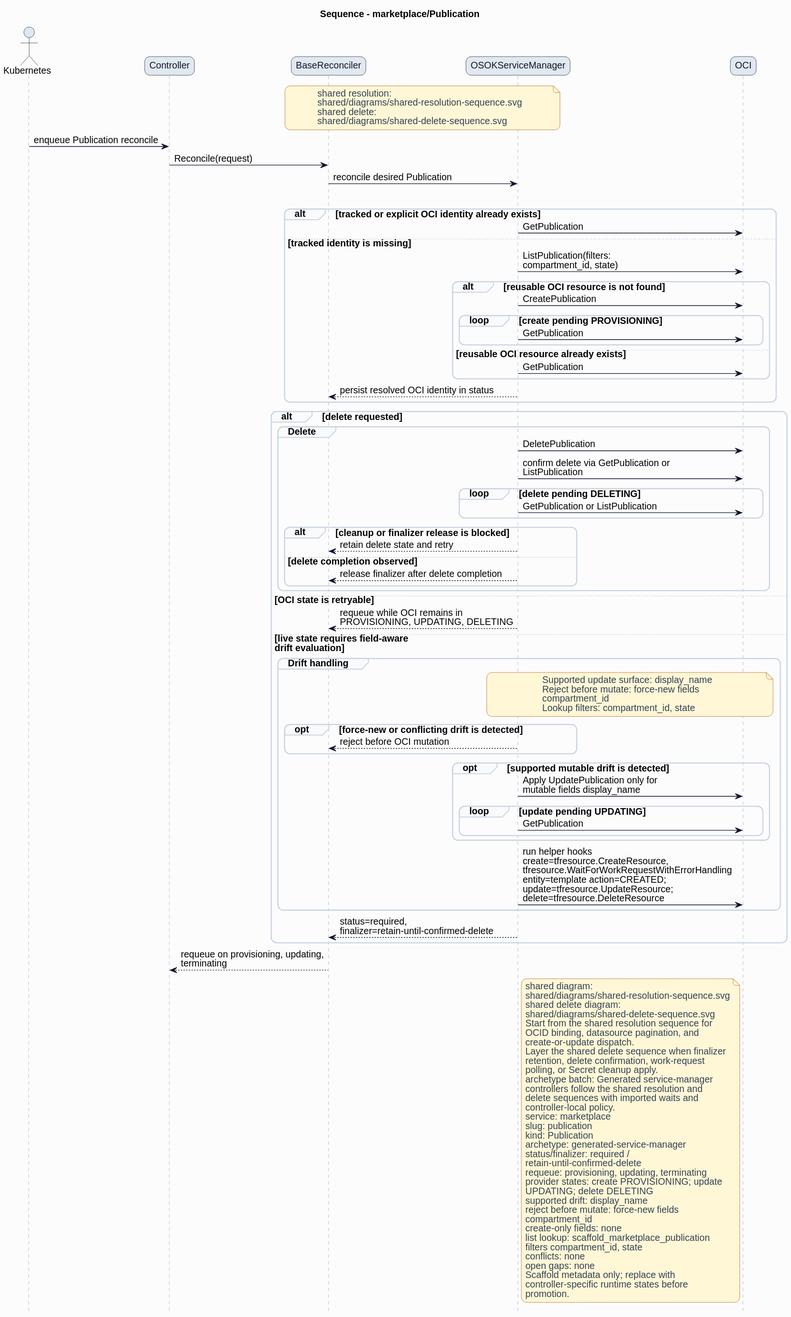
Above: formal/controllers/marketplace/publication/diagrams/sequence.svg in HaoyL666/oci-service-operator (PlantUML), before the change. Source of this version:
```plantuml
@startuml
skinparam shadowing false
skinparam backgroundColor #fcfcfd
skinparam defaultFontName Helvetica
skinparam defaultFontSize 14
skinparam arrowColor #0f172a
skinparam noteBackgroundColor #fff7d6
skinparam noteBorderColor #b45309
skinparam noteFontColor #334155
skinparam roundcorner 16
title Sequence - marketplace/Publication
hide footbox
skinparam sequence {
  actorBorderColor #0f172a
  actorBackgroundColor #e2e8f0
  participantBorderColor #0f172a
  participantBackgroundColor #e2e8f0
  participantFontColor #0f172a
  lifeLineBorderColor #94a3b8
  groupBorderColor #cbd5e1
  groupBackgroundColor #f8fafc
}
actor Kubernetes
participant Controller
participant BaseReconciler
participant "OSOKServiceManager" as ServiceManager
participant OCI
note over BaseReconciler,ServiceManager
shared resolution:
shared/diagrams/shared-resolution-sequence.svg
shared delete:
shared/diagrams/shared-delete-sequence.svg
end note
Kubernetes -> Controller: enqueue Publication reconcile
Controller -> BaseReconciler: Reconcile(request)
BaseReconciler -> ServiceManager: reconcile desired Publication
group Lookup and bind
alt tracked or explicit OCI identity already exists
ServiceManager -> OCI: GetPublication
else tracked identity is missing
ServiceManager -> OCI: ListPublication(filters:\ncompartment_id, state)
alt reusable OCI resource is not found
ServiceManager -> OCI: CreatePublication
loop create pending PROVISIONING
ServiceManager -> OCI: GetPublication
end
else reusable OCI resource already exists
ServiceManager -> OCI: GetPublication
end
ServiceManager --> BaseReconciler: persist resolved OCI identity in status
end
alt delete requested
group Delete
ServiceManager -> OCI: DeletePublication
ServiceManager -> OCI: confirm delete via GetPublication or\nListPublication
loop delete pending DELETING
ServiceManager -> OCI: GetPublication or ListPublication
end
alt cleanup or finalizer release is blocked
ServiceManager --> BaseReconciler: retain delete state and retry
else delete completion observed
ServiceManager --> BaseReconciler: release finalizer after delete completion
end
end
else OCI state is retryable
ServiceManager --> BaseReconciler: requeue while OCI remains in\nPROVISIONING, UPDATING, DELETING
else live state requires field-aware\ndrift evaluation
group Drift handling
note over ServiceManager,OCI
Supported update surface: display_name
Reject before mutate: force-new fields
compartment_id
Lookup filters: compartment_id, state
end note
opt force-new or conflicting drift is detected
ServiceManager --> BaseReconciler: reject before OCI mutation
end
opt supported mutable drift is detected
ServiceManager -> OCI: Apply UpdatePublication only for\nmutable fields display_name
loop update pending UPDATING
ServiceManager -> OCI: GetPublication
end
end
ServiceManager -> OCI: run helper hooks\ncreate=tfresource.CreateResource,\ntfresource.WaitForWorkRequestWithErrorHandling\nentity=template action=CREATED;\nupdate=tfresource.UpdateResource;\ndelete=tfresource.DeleteResource
end
ServiceManager --> BaseReconciler: status=required,\nfinalizer=retain-until-confirmed-delete
end
BaseReconciler --> Controller: requeue on provisioning, updating,\nterminating
note right of ServiceManager
shared diagram:
shared/diagrams/shared-resolution-sequence.svg
shared delete diagram:
shared/diagrams/shared-delete-sequence.svg
Start from the shared resolution sequence for
OCID binding, datasource pagination, and
create-or-update dispatch.
Layer the shared delete sequence when finalizer
retention, delete confirmation, work-request
polling, or Secret cleanup apply.
archetype batch: Generated service-manager
controllers follow the shared resolution and
delete sequences with imported waits and
controller-local policy.
service: marketplace
slug: publication
kind: Publication
archetype: generated-service-manager
status/finalizer: required /
retain-until-confirmed-delete
requeue: provisioning, updating, terminating
provider states: create PROVISIONING; update
UPDATING; delete DELETING
supported drift: display_name
reject before mutate: force-new fields
compartment_id
create-only fields: none
list lookup: scaffold_marketplace_publication
filters compartment_id, state
conflicts: none
open gaps: none
Scaffold metadata only; replace with
controller-specific runtime states before
promotion.
end note
@enduml
```
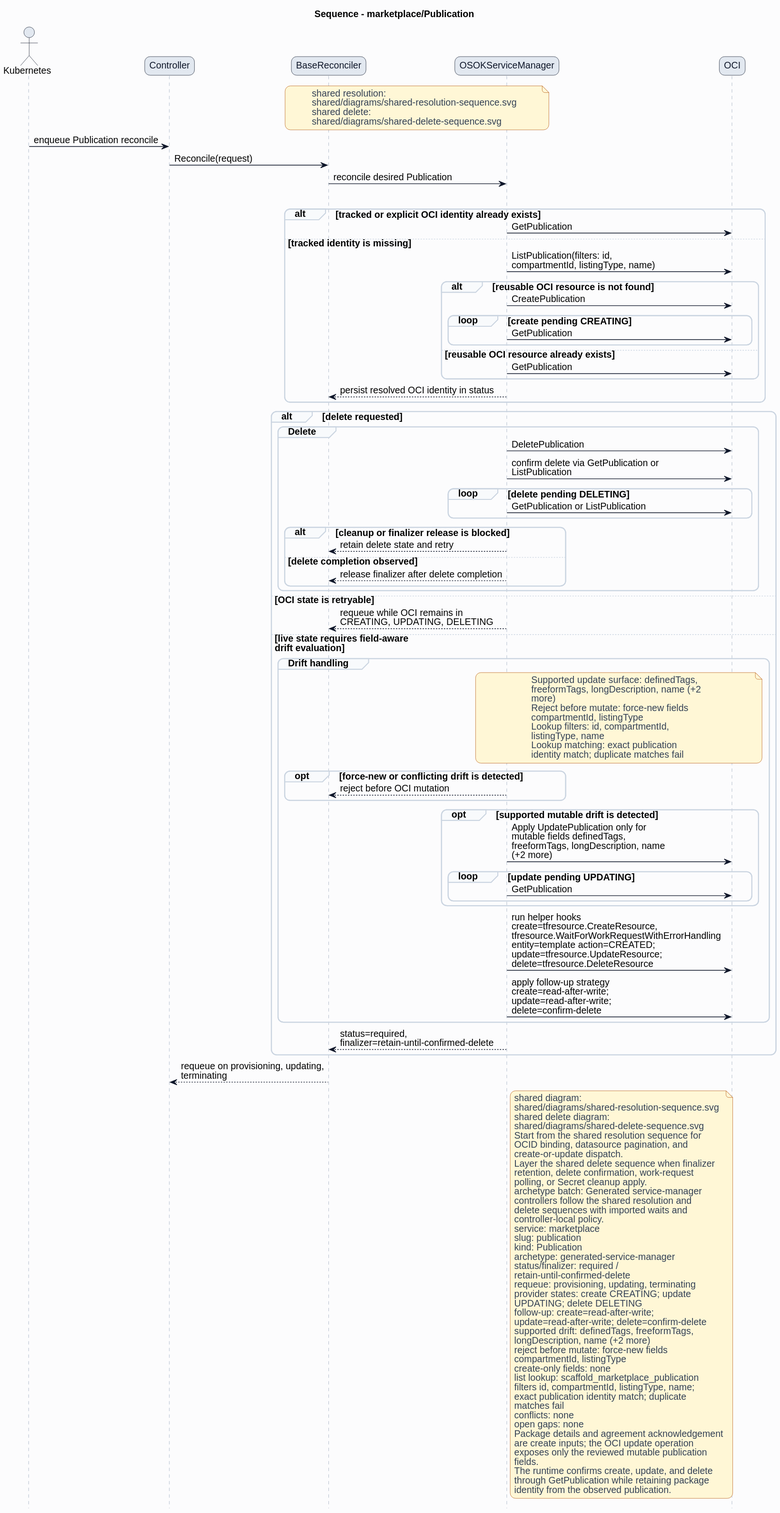
The same file after the commit.

The edit, as a diff of the source:
```diff
@@ -38,10 +38,10 @@
 alt tracked or explicit OCI identity already exists
 ServiceManager -> OCI: GetPublication
 else tracked identity is missing
-ServiceManager -> OCI: ListPublication(filters:\ncompartment_id, state)
+ServiceManager -> OCI: ListPublication(filters: id,\ncompartmentId, listingType, name)
 alt reusable OCI resource is not found
 ServiceManager -> OCI: CreatePublication
-loop create pending PROVISIONING
+loop create pending CREATING
 ServiceManager -> OCI: GetPublication
 end
 else reusable OCI resource already exists
@@ -63,25 +63,31 @@
 end
 end
 else OCI state is retryable
-ServiceManager --> BaseReconciler: requeue while OCI remains in\nPROVISIONING, UPDATING, DELETING
+ServiceManager --> BaseReconciler: requeue while OCI remains in\nCREATING, UPDATING, DELETING
 else live state requires field-aware\ndrift evaluation
 group Drift handling
 note over ServiceManager,OCI
-Supported update surface: display_name
+Supported update surface: definedTags,
+freeformTags, longDescription, name (+2
+more)
 Reject before mutate: force-new fields
-compartment_id
-Lookup filters: compartment_id, state
+compartmentId, listingType
+Lookup filters: id, compartmentId,
+listingType, name
+Lookup matching: exact publication
+identity match; duplicate matches fail
 end note
 opt force-new or conflicting drift is detected
 ServiceManager --> BaseReconciler: reject before OCI mutation
 end
 opt supported mutable drift is detected
-ServiceManager -> OCI: Apply UpdatePublication only for\nmutable fields display_name
+ServiceManager -> OCI: Apply UpdatePublication only for\nmutable fields definedTags,\nfreeformTags, longDescription, name\n(+2 more)
 loop update pending UPDATING
 ServiceManager -> OCI: GetPublication
 end
 end
 ServiceManager -> OCI: run helper hooks\ncreate=tfresource.CreateResource,\ntfresource.WaitForWorkRequestWithErrorHandling\nentity=template action=CREATED;\nupdate=tfresource.UpdateResource;\ndelete=tfresource.DeleteResource
+ServiceManager -> OCI: apply follow-up strategy\ncreate=read-after-write;\nupdate=read-after-write;\ndelete=confirm-delete
 end
 ServiceManager --> BaseReconciler: status=required,\nfinalizer=retain-until-confirmed-delete
 end
@@ -108,18 +114,27 @@
 status/finalizer: required /
 retain-until-confirmed-delete
 requeue: provisioning, updating, terminating
-provider states: create PROVISIONING; update
+provider states: create CREATING; update
 UPDATING; delete DELETING
-supported drift: display_name
+follow-up: create=read-after-write;
+update=read-after-write; delete=confirm-delete
+supported drift: definedTags, freeformTags,
+longDescription, name (+2 more)
 reject before mutate: force-new fields
-compartment_id
+compartmentId, listingType
 create-only fields: none
 list lookup: scaffold_marketplace_publication
-filters compartment_id, state
+filters id, compartmentId, listingType, name;
+exact publication identity match; duplicate
+matches fail
 conflicts: none
 open gaps: none
-Scaffold metadata only; replace with
-controller-specific runtime states before
-promotion.
+Package details and agreement acknowledgement
+are create inputs; the OCI update operation
+exposes only the reviewed mutable publication
+fields.
+The runtime confirms create, update, and delete
+through GetPublication while retaining package
+identity from the observed publication.
 end note
 @enduml
```
